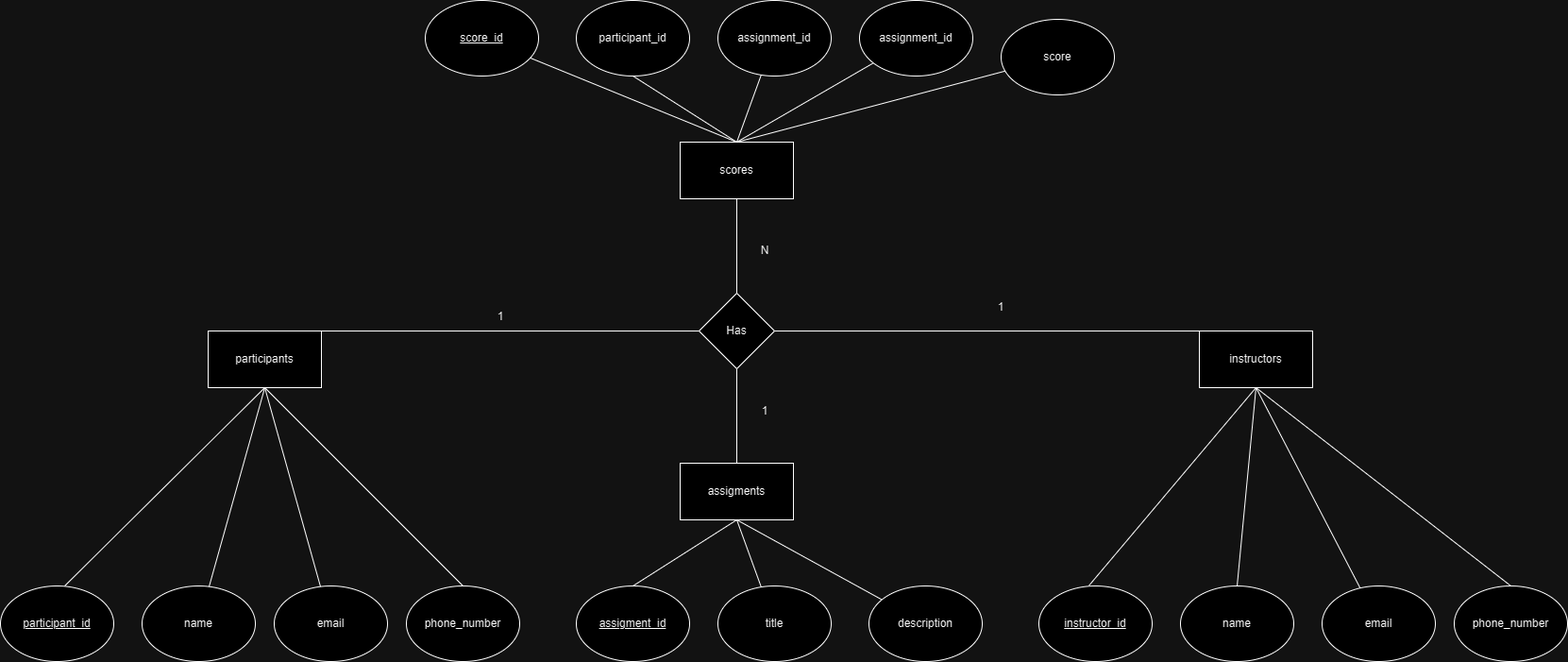
The draw.io diagram Number 1_BootcampERD.png in MikhaelAdrielPG/Assignment_4_SQL_Bootcamp, before a commit. Source tidied: cells renumbered, new cells last; positions are measured from the earlier drawing's top-left corner, leaving out a move shared by most shapes.
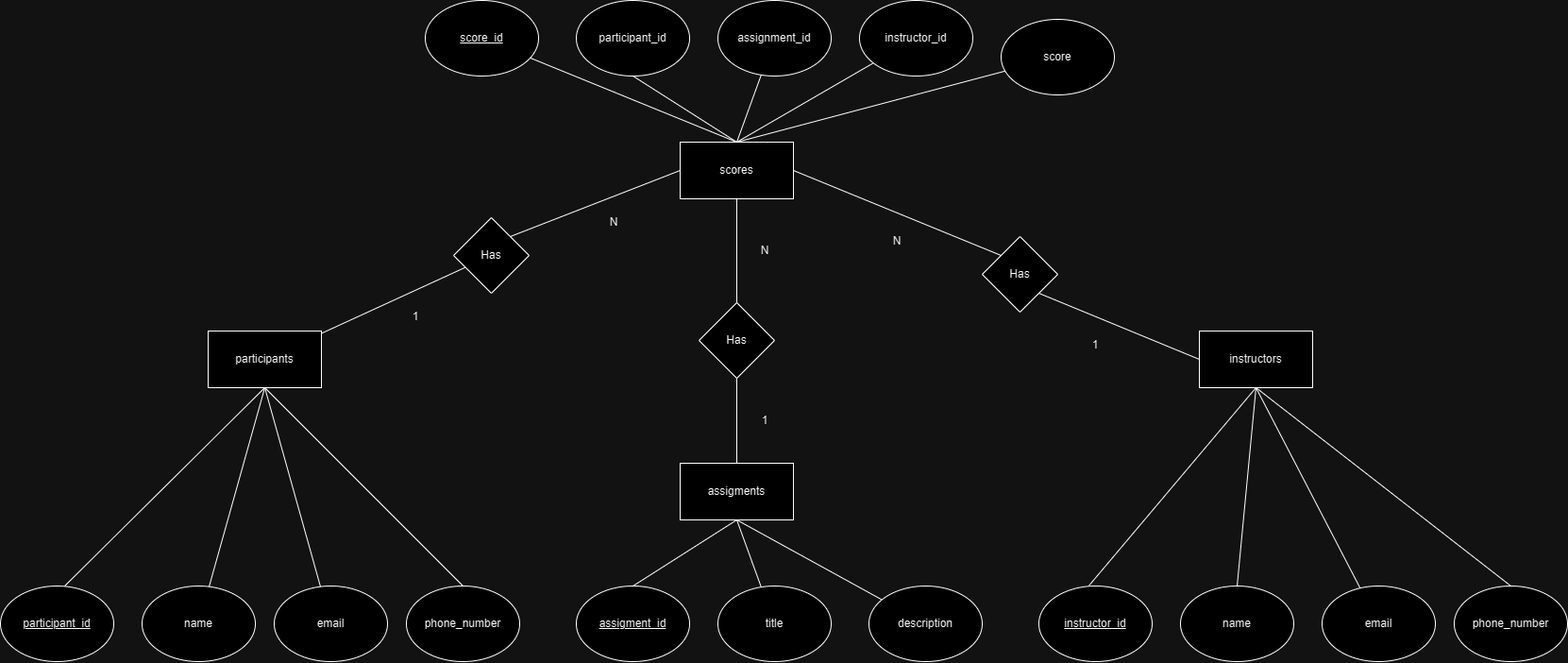
The same file after the commit.

Commit message:
fix number 3b until 3e

Diff of the diagram source:
```diff
@@ -92,15 +92,6 @@
     <mxCell id="31" style="endArrow=none;html=1;rounded=0;exitX=0.5;exitY=0;exitDx=0;exitDy=0;" parent="1" edge="1" source="16" target="20">
       <mxGeometry relative="1" as="geometry" />
     </mxCell>
-    <mxCell id="32" value="Has" style="rhombus;whiteSpace=wrap;html=1;" parent="1" vertex="1">
-      <mxGeometry x="740" y="310" width="80" height="80" as="geometry" />
-    </mxCell>
-    <mxCell id="33" style="endArrow=none;html=1;rounded=0;entryX=0.5;entryY=1;entryDx=0;entryDy=0;exitX=0.5;exitY=0;exitDx=0;exitDy=0;" parent="1" edge="1" source="9" target="32">
-      <mxGeometry relative="1" as="geometry" />
-    </mxCell>
-    <mxCell id="34" style="endArrow=none;html=1;rounded=0;entryX=0.5;entryY=1;entryDx=0;entryDy=0;exitX=0.5;exitY=0;exitDx=0;exitDy=0;" parent="1" edge="1" source="32" target="16">
-      <mxGeometry relative="1" as="geometry" />
-    </mxCell>
     <mxCell id="35" value="phone_number" style="ellipse;whiteSpace=wrap;html=1;" parent="1" vertex="1">
       <mxGeometry x="430" y="620" width="120" height="80" as="geometry" />
     </mxCell>
@@ -113,29 +104,56 @@
     <mxCell id="38" style="endArrow=none;html=1;rounded=0;entryX=0.5;entryY=1;entryDx=0;entryDy=0;exitX=0.5;exitY=0;exitDx=0;exitDy=0;" parent="1" edge="1" source="37" target="17">
       <mxGeometry relative="1" as="geometry" />
     </mxCell>
-    <mxCell id="39" style="endArrow=none;html=1;rounded=0;exitX=0.25;exitY=0;exitDx=0;exitDy=0;entryX=0;entryY=0.5;entryDx=0;entryDy=0;" parent="1" edge="1" source="2" target="32">
-      <mxGeometry relative="1" as="geometry" />
-    </mxCell>
-    <mxCell id="40" style="endArrow=none;html=1;rounded=0;entryX=1;entryY=0.5;entryDx=0;entryDy=0;exitX=0.5;exitY=0;exitDx=0;exitDy=0;" parent="1" edge="1" source="17" target="32">
-      <mxGeometry relative="1" as="geometry" />
-    </mxCell>
     <mxCell id="41" value="1" style="text;html=1;strokeColor=none;fillColor=none;align=center;verticalAlign=middle;whiteSpace=wrap;rounded=0;" parent="1" vertex="1">
-      <mxGeometry x="500" y="320" width="60" height="30" as="geometry" />
+      <mxGeometry x="410" y="320" width="60" height="30" as="geometry" />
     </mxCell>
-    <mxCell id="42" value="1" style="text;html=1;strokeColor=none;fillColor=none;align=center;verticalAlign=middle;whiteSpace=wrap;rounded=0;" parent="1" vertex="1">
-      <mxGeometry x="1030" y="310" width="60" height="30" as="geometry" />
-    </mxCell>
-    <mxCell id="43" value="1" style="text;html=1;strokeColor=none;fillColor=none;align=center;verticalAlign=middle;whiteSpace=wrap;rounded=0;" parent="1" vertex="1">
-      <mxGeometry x="780" y="420" width="60" height="30" as="geometry" />
-    </mxCell>
-    <mxCell id="44" value="N" style="text;html=1;strokeColor=none;fillColor=none;align=center;verticalAlign=middle;whiteSpace=wrap;rounded=0;" parent="1" vertex="1">
-      <mxGeometry x="780" y="250" width="60" height="30" as="geometry" />
-    </mxCell>
-    <mxCell id="45" value="assignment_id" style="ellipse;whiteSpace=wrap;html=1;" parent="1" vertex="1">
+    <mxCell id="45" value="instructor_id" style="ellipse;whiteSpace=wrap;html=1;" parent="1" vertex="1">
       <mxGeometry x="910" width="120" height="80" as="geometry" />
     </mxCell>
     <mxCell id="46" style="endArrow=none;html=1;rounded=0;exitX=0.5;exitY=0;exitDx=0;exitDy=0;" parent="1" edge="1" source="16" target="45">
       <mxGeometry relative="1" as="geometry" />
     </mxCell>
+    <mxCell id="47" value="Has" style="rhombus;whiteSpace=wrap;html=1;" parent="1" vertex="1">
+      <mxGeometry x="480" y="230" width="80" height="80" as="geometry" />
+    </mxCell>
+    <mxCell id="48" style="endArrow=none;html=1;rounded=0;" parent="1" edge="1" source="2" target="47">
+      <mxGeometry relative="1" as="geometry" />
+    </mxCell>
+    <mxCell id="49" style="endArrow=none;html=1;rounded=0;entryX=0;entryY=0.5;entryDx=0;entryDy=0;exitX=1;exitY=0;exitDx=0;exitDy=0;" parent="1" edge="1" source="47" target="16">
+      <mxGeometry relative="1" as="geometry" />
+    </mxCell>
+    <mxCell id="50" value="N" style="text;html=1;strokeColor=none;fillColor=none;align=center;verticalAlign=middle;whiteSpace=wrap;rounded=0;" parent="1" vertex="1">
+      <mxGeometry x="620" y="220" width="60" height="30" as="geometry" />
+    </mxCell>
+    <mxCell id="51" value="Has" style="rhombus;whiteSpace=wrap;html=1;" parent="1" vertex="1">
+      <mxGeometry x="740" y="320" width="80" height="80" as="geometry" />
+    </mxCell>
+    <mxCell id="52" value="Has" style="rhombus;whiteSpace=wrap;html=1;" parent="1" vertex="1">
+      <mxGeometry x="1040" y="250" width="80" height="80" as="geometry" />
+    </mxCell>
+    <mxCell id="53" style="endArrow=none;html=1;rounded=0;entryX=0.5;entryY=1;entryDx=0;entryDy=0;exitX=0.5;exitY=0;exitDx=0;exitDy=0;" parent="1" edge="1" source="9" target="51">
+      <mxGeometry relative="1" as="geometry" />
+    </mxCell>
+    <mxCell id="54" style="endArrow=none;html=1;rounded=0;" parent="1" edge="1" source="51" target="16">
+      <mxGeometry relative="1" as="geometry" />
+    </mxCell>
+    <mxCell id="55" value="1" style="text;html=1;strokeColor=none;fillColor=none;align=center;verticalAlign=middle;whiteSpace=wrap;rounded=0;" parent="1" vertex="1">
+      <mxGeometry x="780" y="430" width="60" height="30" as="geometry" />
+    </mxCell>
+    <mxCell id="44" value="N" style="text;html=1;strokeColor=none;fillColor=none;align=center;verticalAlign=middle;whiteSpace=wrap;rounded=0;" parent="1" vertex="1">
+      <mxGeometry x="780" y="250" width="60" height="30" as="geometry" />
+    </mxCell>
+    <mxCell id="56" style="endArrow=none;html=1;rounded=0;entryX=1;entryY=1;entryDx=0;entryDy=0;exitX=0;exitY=0.5;exitDx=0;exitDy=0;" parent="1" edge="1" source="17" target="52">
+      <mxGeometry relative="1" as="geometry" />
+    </mxCell>
+    <mxCell id="57" style="endArrow=none;html=1;rounded=0;exitX=0;exitY=0;exitDx=0;exitDy=0;entryX=1;entryY=0.5;entryDx=0;entryDy=0;" parent="1" edge="1" source="52" target="16">
+      <mxGeometry relative="1" as="geometry" />
+    </mxCell>
+    <mxCell id="58" value="N" style="text;html=1;strokeColor=none;fillColor=none;align=center;verticalAlign=middle;whiteSpace=wrap;rounded=0;" parent="1" vertex="1">
+      <mxGeometry x="920" y="240" width="60" height="30" as="geometry" />
+    </mxCell>
+    <mxCell id="59" value="1" style="text;html=1;strokeColor=none;fillColor=none;align=center;verticalAlign=middle;whiteSpace=wrap;rounded=0;" parent="1" vertex="1">
+      <mxGeometry x="1130" y="350" width="60" height="30" as="geometry" />
+    </mxCell>
   </root>
 </mxGraphModel>
```
